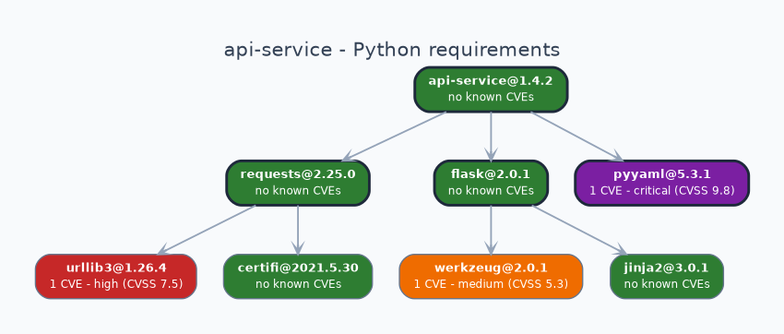
vulnex/usecvislib-gallery keeps this Graphviz diagram as 13 Vulnerability Tree/python_requirements (tml)/tree__graphviz.png. Above is the earlier version. Its source is kept beside it as 13 Vulnerability Tree/npm_supply_chain (tml)/tree__graphviz.dot.
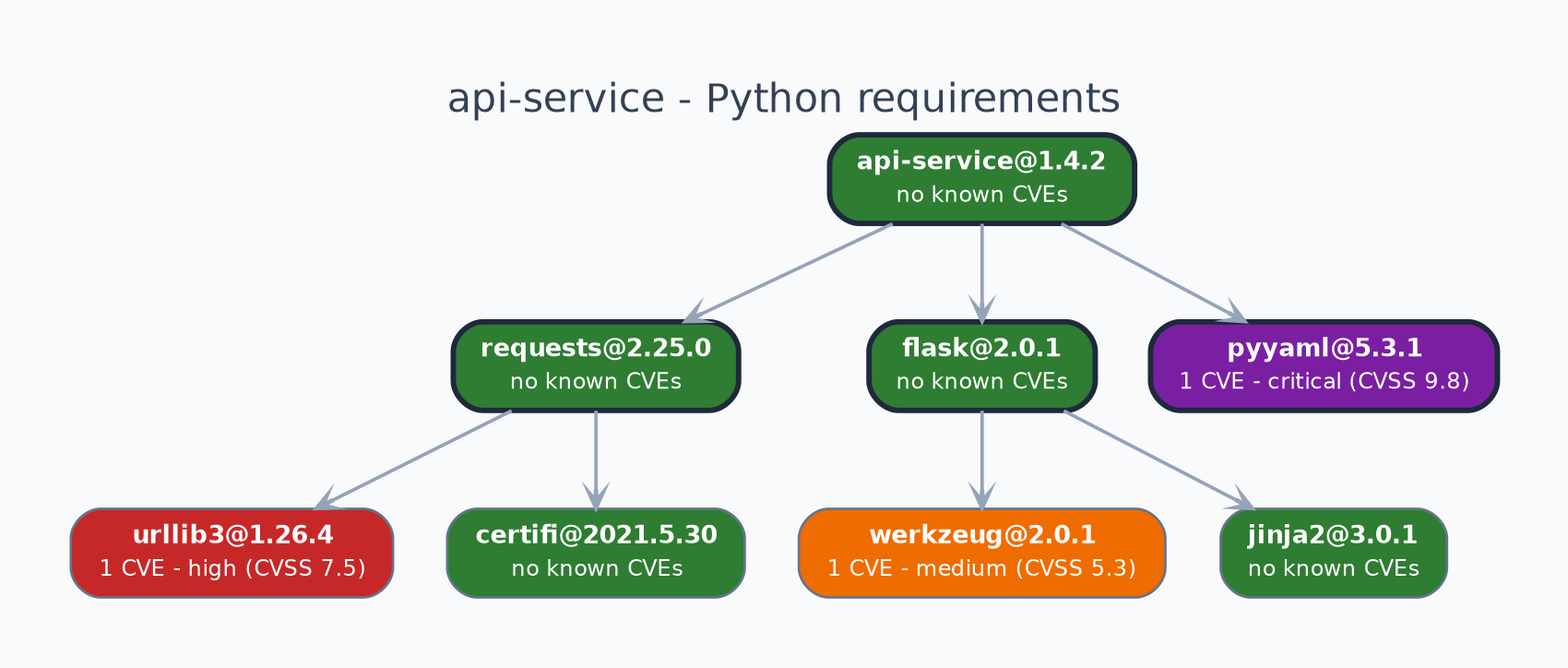
Above is the later version.

Diff of the diagram source:
```diff
@@ -1,5 +1,5 @@
 digraph "web-app - npm supply chain" {
-	graph [bb="0,0,450.5,290",
+	graph [bb="0,0,744.5,290",
 		bgcolor="#f8fafc",
 		fontcolor="#334155",
 		fontname=Helvetica,
@@ -7,7 +7,7 @@
 		label="web-app - npm supply chain",
 		labelloc=t,
 		lheight=0.25,
-		lp="225.25,277",
+		lp="372.25,277",
 		lwidth=3.22,
 		nodesep=0.3,
 		pad=0.4,
@@ -24,7 +24,7 @@
 		label=<<TABLE BORDER="0" CELLBORDER="0" CELLSPACING="0" CELLPADDING="1"><TR><TD><B>web-app@2.3.0</B></TD></TR><TR><TD><FONT POINT-SIZE="9">no known CVEs</FONT></TD></TR></TABLE>>,
 		margin="0.14,0.07",
 		penwidth=2.2,
-		pos="209.5,246",
+		pos="461.5,246",
 		shape=box,
 		style="rounded,filled",
 		width=1.5278];
@@ -37,7 +37,7 @@
 		label=<<TABLE BORDER="0" CELLBORDER="0" CELLSPACING="0" CELLPADDING="1"><TR><TD><B>express@4.17.1</B></TD></TR><TR><TD><FONT POINT-SIZE="9">no known CVEs</FONT></TD></TR></TABLE>>,
 		margin="0.14,0.07",
 		penwidth=2.2,
-		pos="65.5,170",
+		pos="236.5,170",
 		shape=box,
 		style="rounded,filled",
 		width=1.5556];
@@ -45,7 +45,7 @@
 		arrowsize=0.7,
 		color="#94a3b8",
 		penwidth=1.4,
-		pos="e,98.717,188.07 176.1,227.84 154.93,216.96 127.43,202.83 105.15,191.38"];
+		pos="e,288.53,188.11 409.6,227.93 375.53,216.73 330.9,202.05 295.48,190.4"];
 	lodash	[color="#1e293b",
 		fillcolor="#c62828",
 		fontcolor="#ffffff",
@@ -55,7 +55,7 @@
 		label=<<TABLE BORDER="0" CELLBORDER="0" CELLSPACING="0" CELLPADDING="1"><TR><TD><B>lodash@4.17.19</B></TD></TR><TR><TD><FONT POINT-SIZE="9">1 CVE - high (CVSS 7.2)</FONT></TD></TR></TABLE>>,
 		margin="0.14,0.07",
 		penwidth=2.2,
-		pos="209.5,170",
+		pos="380.5,170",
 		shape=box,
 		style="rounded,filled",
 		width=1.8194];
@@ -63,7 +63,7 @@
 		arrowsize=0.7,
 		color="#94a3b8",
 		penwidth=1.4,
-		pos="e,209.5,188.07 209.5,227.84 209.5,218.12 209.5,205.82 209.5,195.15"];
+		pos="e,399.18,188.07 442.71,227.84 431.37,217.47 416.79,204.15 404.6,193.02"];
 	axios	[color="#1e293b",
 		fillcolor="#ef6c00",
 		fontcolor="#ffffff",
@@ -73,7 +73,7 @@
 		label=<<TABLE BORDER="0" CELLBORDER="0" CELLSPACING="0" CELLPADDING="1"><TR><TD><B>axios@0.21.0</B></TD></TR><TR><TD><FONT POINT-SIZE="9">1 CVE - medium (CVSS 5.9)</FONT></TD></TR></TABLE>>,
 		margin="0.14,0.07",
 		penwidth=2.2,
-		pos="371.5,170",
+		pos="542.5,170",
 		shape=box,
 		style="rounded,filled",
 		width=2.0694];
@@ -81,7 +81,25 @@
 		arrowsize=0.7,
 		color="#94a3b8",
 		penwidth=1.4,
-		pos="e,334.13,188.07 247.07,227.84 271.1,216.86 302.36,202.58 327.54,191.08"];
+		pos="e,523.82,188.07 480.29,227.84 491.63,217.47 506.21,204.15 518.4,193.02"];
+	dotenv	[color="#1e293b",
+		fillcolor="#2e7d32",
+		fontcolor="#ffffff",
+		fontname=Helvetica,
+		fontsize=10,
+		height=0.5,
+		label=<<TABLE BORDER="0" CELLBORDER="0" CELLSPACING="0" CELLPADDING="1"><TR><TD><B>dotenv@16.0.3</B></TD></TR><TR><TD><FONT POINT-SIZE="9">no known CVEs</FONT></TD></TR></TABLE>>,
+		margin="0.14,0.07",
+		penwidth=2.2,
+		pos="691.5,170",
+		shape=box,
+		style="rounded,filled",
+		width=1.4722];
+	"web-app" -> dotenv	[arrowhead=vee,
+		arrowsize=0.7,
+		color="#94a3b8",
+		penwidth=1.4,
+		pos="e,638.31,188.11 514.56,227.93 549.38,216.73 595.01,202.05 631.21,190.4"];
 	qs	[color="#64748b",
 		fillcolor="#c62828",
 		fontcolor="#ffffff",
@@ -99,8 +117,7 @@
 		arrowsize=0.7,
 		color="#94a3b8",
 		penwidth=1.4,
-		pos="e,54.474,36.187 54.474,151.81 48.135,140.89 40.794,126.18 37.5,112 33.879,96.415 33.879,91.585 37.5,76 40.202,64.371 45.628,52.382 \
-50.989,42.418"];
+		pos="e,51.762,36.018 180.06,160.6 127.22,151.45 53.847,134.98 36.5,112 20.895,91.326 34.341,62.102 47.664,41.958"];
 	"body-parser"	[color="#64748b",
 		fillcolor="#2e7d32",
 		fontcolor="#ffffff",
@@ -110,7 +127,7 @@
 		label=<<TABLE BORDER="0" CELLBORDER="0" CELLSPACING="0" CELLPADDING="1"><TR><TD><B>body-parser@1.19.0</B></TD></TR><TR><TD><FONT POINT-SIZE="9">no known CVEs</FONT></TD></TR></TABLE>>,
 		margin="0.14,0.07",
 		penwidth=1,
-		pos="117.5,94",
+		pos="116.5,94",
 		shape=box,
 		style="rounded,filled",
 		width=1.9028];
@@ -118,7 +135,43 @@
 		arrowsize=0.7,
 		color="#94a3b8",
 		penwidth=1.4,
-		pos="e,105.5,112.07 77.561,151.84 84.649,141.75 93.699,128.87 101.39,117.92"];
+		pos="e,144.18,112.07 208.67,151.84 191.25,141.1 168.7,127.19 150.26,115.82"];
+	cookie	[color="#64748b",
+		fillcolor="#2e7d32",
+		fontcolor="#ffffff",
+		fontname=Helvetica,
+		fontsize=10,
+		height=0.5,
+		label=<<TABLE BORDER="0" CELLBORDER="0" CELLSPACING="0" CELLPADDING="1"><TR><TD><B>cookie@0.4.0</B></TD></TR><TR><TD><FONT POINT-SIZE="9">no known CVEs</FONT></TD></TR></TABLE>>,
+		margin="0.14,0.07",
+		penwidth=1,
+		pos="255.5,94",
+		shape=box,
+		style="rounded,filled",
+		width=1.3472];
+	express -> cookie	[arrowhead=vee,
+		arrowsize=0.7,
+		color="#94a3b8",
+		penwidth=1.4,
+		pos="e,251.12,112.07 240.91,151.84 243.4,142.12 246.56,129.82 249.3,119.15"];
+	debug	[color="#64748b",
+		fillcolor="#2e7d32",
+		fontcolor="#ffffff",
+		fontname=Helvetica,
+		fontsize=10,
+		height=0.5,
+		label=<<TABLE BORDER="0" CELLBORDER="0" CELLSPACING="0" CELLPADDING="1"><TR><TD><B>debug@2.2.0</B></TD></TR><TR><TD><FONT POINT-SIZE="9">no known CVEs</FONT></TD></TR></TABLE>>,
+		margin="0.14,0.07",
+		penwidth=1,
+		pos="374.5,94",
+		shape=box,
+		style="rounded,filled",
+		width=1.3333];
+	express -> debug	[arrowhead=vee,
+		arrowsize=0.7,
+		color="#94a3b8",
+		penwidth=1.4,
+		pos="e,342.67,112.07 268.51,151.84 288.71,141 314.92,126.95 336.23,115.52"];
 	"follow-redirects"	[color="#64748b",
 		fillcolor="#7b1fa2",
 		fontcolor="#ffffff",
@@ -128,7 +181,7 @@
 		label=<<TABLE BORDER="0" CELLBORDER="0" CELLSPACING="0" CELLPADDING="1"><TR><TD><B>follow-redirects@1.13.0</B></TD></TR><TR><TD><FONT POINT-SIZE="9">1 CVE - critical (CVSS 9.1)</FONT></TD></TR></TABLE>>,
 		margin="0.14,0.07",
 		penwidth=1,
-		pos="371.5,94",
+		pos="542.5,94",
 		shape=box,
 		style="rounded,filled",
 		width=2.1944];
@@ -136,10 +189,28 @@
 		arrowsize=0.7,
 		color="#000000",
 		penwidth=2.6,
-		pos="e,371.5,112.07 371.5,151.84 371.5,142.12 371.5,129.82 371.5,119.15"];
+		pos="e,542.5,112.07 542.5,151.84 542.5,142.12 542.5,129.82 542.5,119.15"];
 	"body-parser" -> qs	[arrowhead=vee,
 		arrowsize=0.7,
 		color="#94a3b8",
 		penwidth=1.4,
-		pos="e,77.495,36.07 105.44,75.837 98.351,65.75 89.301,52.87 81.608,41.923"];
+		pos="e,77.264,36.07 104.67,75.837 97.72,65.75 88.843,52.87 81.298,41.923"];
+	ms	[color="#64748b",
+		fillcolor="#ef6c00",
+		fontcolor="#ffffff",
+		fontname=Helvetica,
+		fontsize=10,
+		height=0.5,
+		label=<<TABLE BORDER="0" CELLBORDER="0" CELLSPACING="0" CELLPADDING="1"><TR><TD><B>ms@0.7.1</B></TD></TR><TR><TD><FONT POINT-SIZE="9">1 CVE - medium (CVSS 5.3)</FONT></TD></TR></TABLE>>,
+		margin="0.14,0.07",
+		penwidth=1,
+		pos="374.5,18",
+		shape=box,
+		style="rounded,filled",
+		width=2.0694];
+	debug -> ms	[arrowhead=vee,
+		arrowsize=0.7,
+		color="#94a3b8",
+		penwidth=1.4,
+		pos="e,374.5,36.07 374.5,75.837 374.5,66.124 374.5,53.821 374.5,43.147"];
 }
```
